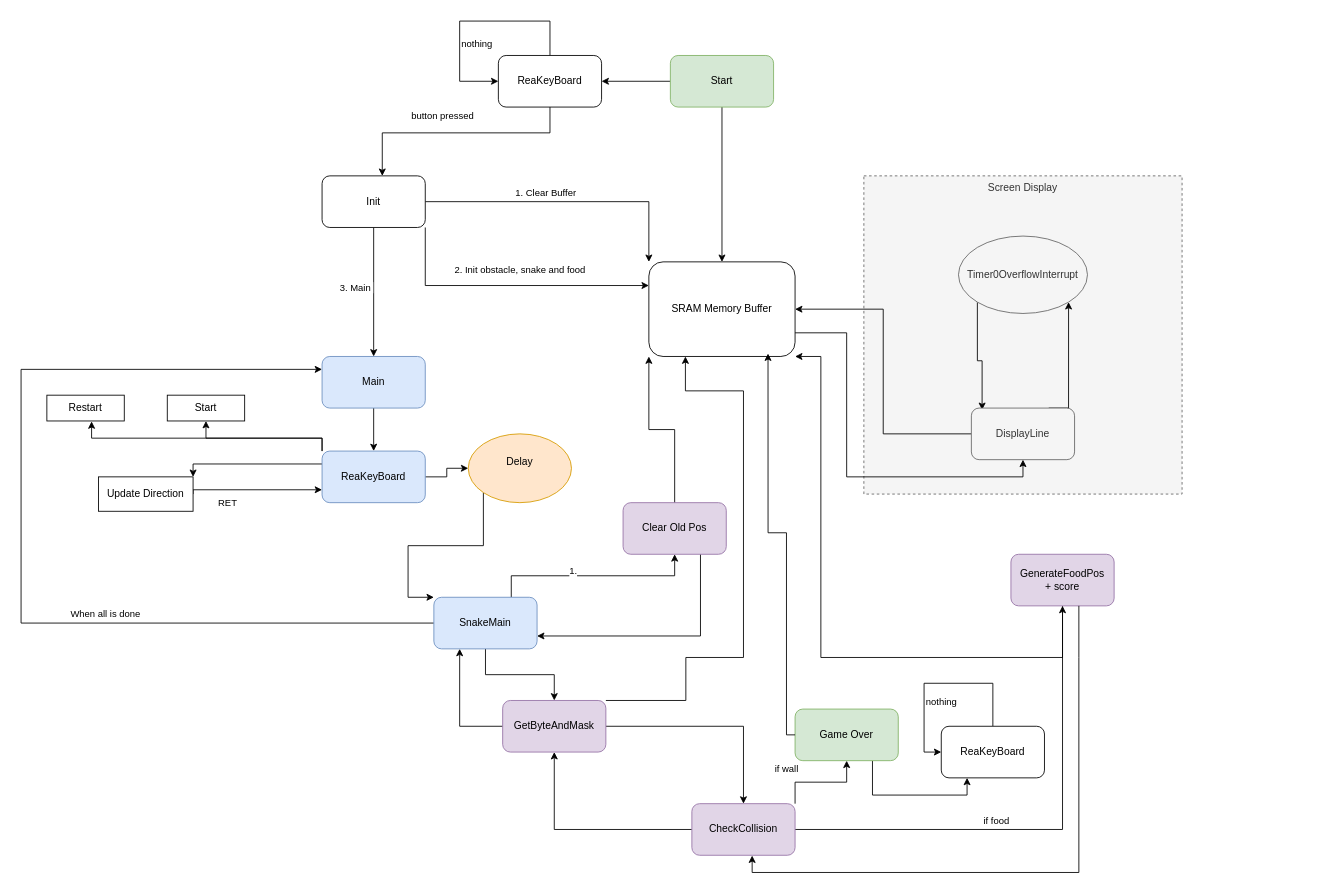
abol0003/ELEC-Y418 keeps this draw.io diagram as Project/Snake.drawio. Above is the earlier version. Source tidied: cells renumbered, new cells numbered last; positions are measured from the earlier drawing's top-left corner, leaving out a move shared by most shapes. Both pictures are drawn from the tidied source at 86%, with x=0, y=0 at pixel (21, 21).
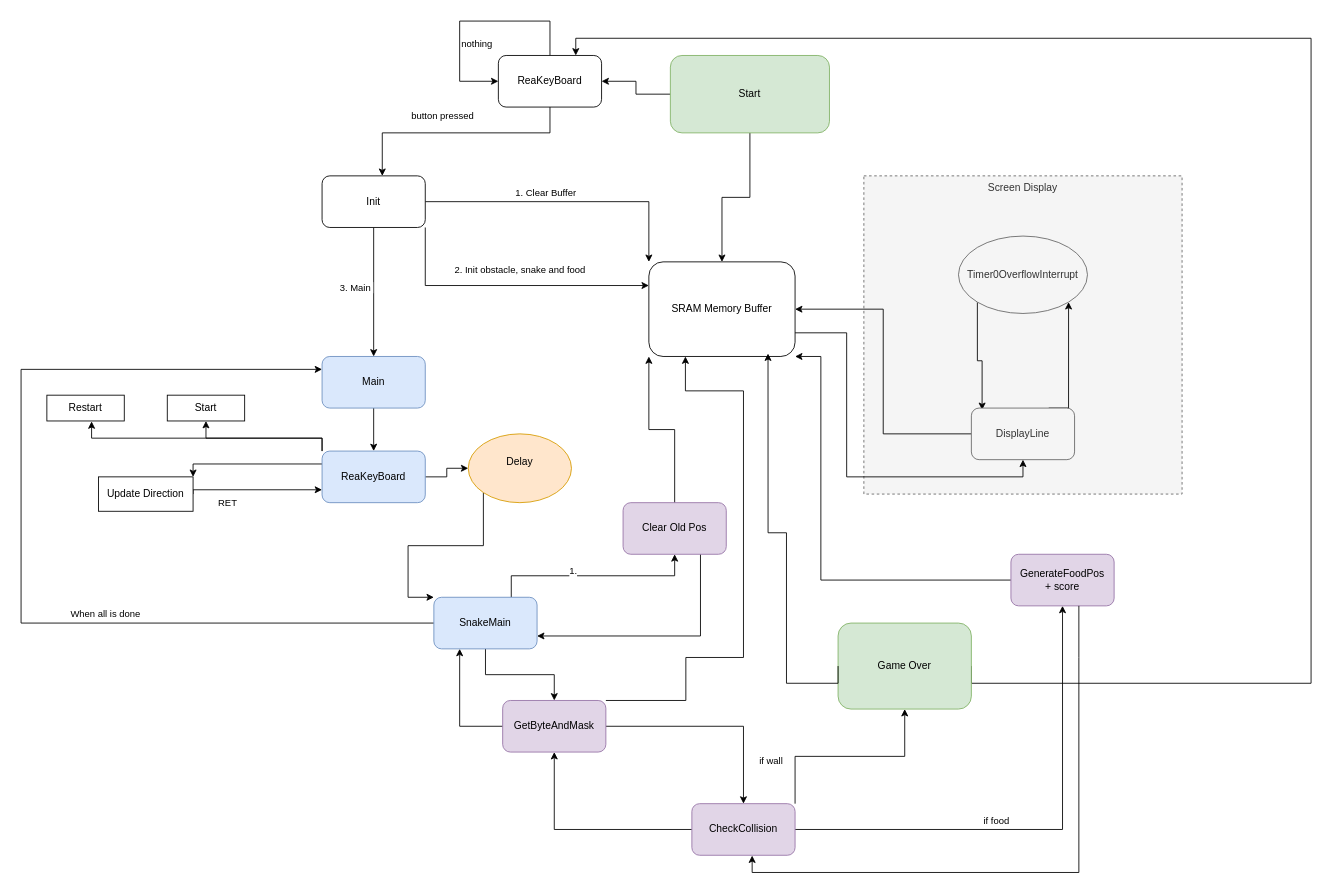
The same page after the edit.

Commit message:
Mettre à jour Snake.drawio

Unchanged cells that the change refers to:
```xml
<mxCell id="14" value="SRAM Memory Buffer" style="rounded=1;whiteSpace=wrap;html=1;" parent="1" vertex="1">
  <mxGeometry x="730" y="280" width="170" height="110" as="geometry" />
</mxCell>
<mxCell id="20" value="ReaKeyBoard" style="rounded=1;whiteSpace=wrap;html=1;" parent="1" vertex="1">
  <mxGeometry x="555" y="40" width="120" height="60" as="geometry" />
</mxCell>
<mxCell id="54" value="GenerateFoodPos&lt;br&gt;+ score" style="whiteSpace=wrap;html=1;fillColor=#e1d5e7;strokeColor=#9673a6;rounded=1;" parent="1" vertex="1">
  <mxGeometry x="1151" y="620" width="120" height="60" as="geometry" />
</mxCell>
```

Change to the diagram source:
```diff
@@
     <mxCell id="17" value="Start" style="rounded=1;whiteSpace=wrap;html=1;fillColor=#d5e8d4;strokeColor=#82b366;" parent="1" vertex="1">
-      <mxGeometry x="755" y="40" width="120" height="60" as="geometry" />
+      <mxGeometry x="755" y="40" width="185" height="90" as="geometry" />
     </mxCell>
@@
-    <mxCell id="53" style="edgeStyle=orthogonalEdgeStyle;rounded=0;jettySize=auto;html=1;entryX=1;entryY=1;entryDx=0;entryDy=0;" parent="1" edge="1" source="54" target="14">
+    <mxCell id="53" style="edgeStyle=orthogonalEdgeStyle;rounded=0;jettySize=auto;html=1;entryX=1;entryY=1;entryDx=0;entryDy=0;exitX=0;exitY=0.5;exitDx=0;exitDy=0;" parent="1" edge="1" source="54" target="14">
       <mxGeometry relative="1" as="geometry">
         <Array as="points">
-          <mxPoint x="930" y="740" />
+          <mxPoint x="930" y="650" />
           <mxPoint x="930" y="390" />
         </Array>
       </mxGeometry>
     </mxCell>
@@
-    <mxCell id="55" style="edgeStyle=orthogonalEdgeStyle;rounded=0;jettySize=auto;html=1;exitX=0.75;exitY=1;exitDx=0;exitDy=0;entryX=0.25;entryY=1;entryDx=0;entryDy=0;" parent="1" edge="1" source="56" target="60">
-      <mxGeometry relative="1" as="geometry" />
-    </mxCell>
+    <mxCell id="61" style="edgeStyle=orthogonalEdgeStyle;rounded=0;jettySize=auto;html=1;entryX=0.75;entryY=0;entryDx=0;entryDy=0;exitX=1;exitY=0.5;exitDx=0;exitDy=0;" parent="1" edge="1" source="56" target="20">
+      <mxGeometry relative="1" as="geometry">
+        <Array as="points">
+          <mxPoint x="1500" y="770" />
+          <mxPoint x="1500" y="20" />
+          <mxPoint x="645" y="20" />
+        </Array>
+      </mxGeometry>
+    </mxCell>
     <mxCell id="56" value="Game Over" style="whiteSpace=wrap;html=1;fillColor=#d5e8d4;strokeColor=#82b366;rounded=1;" parent="1" vertex="1">
-      <mxGeometry x="900" y="800" width="120" height="60" as="geometry" />
+      <mxGeometry x="950" y="700" width="155" height="100" as="geometry" />
     </mxCell>
-    <mxCell id="57" style="edgeStyle=orthogonalEdgeStyle;rounded=0;jettySize=auto;html=1;entryX=0.815;entryY=0.969;entryDx=0;entryDy=0;entryPerimeter=0;" parent="1" edge="1" source="56" target="14">
+    <mxCell id="57" style="edgeStyle=orthogonalEdgeStyle;rounded=0;jettySize=auto;html=1;entryX=0.815;entryY=0.969;entryDx=0;entryDy=0;entryPerimeter=0;exitX=0;exitY=0.5;exitDx=0;exitDy=0;" parent="1" edge="1" source="56" target="14">
       <mxGeometry relative="1" as="geometry">
         <Array as="points">
-          <mxPoint x="890" y="830" />
+          <mxPoint x="890" y="770" />
           <mxPoint x="890" y="595" />
-          <mxPoint x="869" y="595" />
+          <mxPoint x="868" y="595" />
         </Array>
       </mxGeometry>
     </mxCell>
@@
-    <mxCell id="59" value="nothing" style="edgeStyle=orthogonalEdgeStyle;rounded=0;orthogonalLoop=1;jettySize=auto;html=1;entryX=0;entryY=0.5;entryDx=0;entryDy=0;exitX=0.5;exitY=0;exitDx=0;exitDy=0;" parent="1" edge="1" source="60" target="60">
-      <mxGeometry x="0.32" y="20" relative="1" as="geometry">
-        <Array as="points">
-          <mxPoint x="1130" y="770" />
-          <mxPoint x="1050" y="770" />
-          <mxPoint x="1050" y="850" />
-        </Array>
-      </mxGeometry>
-    </mxCell>
-    <mxCell id="60" value="ReaKeyBoard" style="rounded=1;whiteSpace=wrap;html=1;" parent="1" vertex="1">
-      <mxGeometry x="1070" y="820" width="120" height="60" as="geometry" />
-    </mxCell>
```
